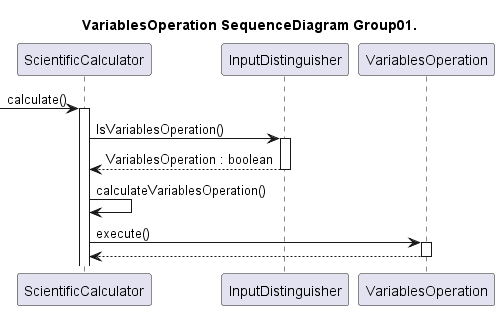
CiroCutolo/Scientific_Calculator_group01_2023 keeps this PlantUML diagram as sequence_diagram/SequenceDiagramGraphicalView/VariablesOperation_SequenceDiagram_Group01.png. Above is the earlier version. Its diagram source:
```plantuml
@startuml SequenceDiagram

title VariablesOperation SequenceDiagram Group01.

participant ScientificCalculator as calc
participant InputDistinguisher as input
participant VariablesOperation as Variables

-> calc:calculate()
activate calc

calc -> input : IsVariablesOperation()
activate input
input --> calc : VariablesOperation : boolean
deactivate input

calc -> calc : calculateVariablesOperation()

calc -> Variables : execute()
activate Variables
Variables --> calc
deactivate Variables

@enduml
```
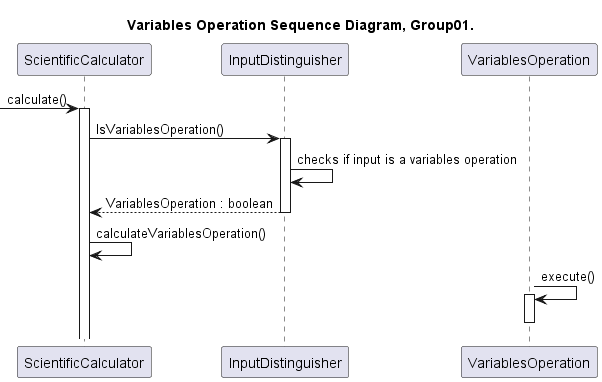
The same diagram one commit later.

Commit message:
Sono state apportate modifiche relative all'implementazione dei sequence diagrams

The edit, as a diff of the source:
```diff
@@ -1,6 +1,6 @@
-@startuml SequenceDiagram
+@startuml VariablesOperation_SequenceDiagram_Group01
 
-title VariablesOperation SequenceDiagram Group01.
+title Variables Operation Sequence Diagram, Group01.
 
 participant ScientificCalculator as calc
 participant InputDistinguisher as input
@@ -11,14 +11,13 @@
 
 calc -> input : IsVariablesOperation()
 activate input
+input -> input : checks if input is a variables operation
 input --> calc : VariablesOperation : boolean
 deactivate input
 
 calc -> calc : calculateVariablesOperation()
-
-calc -> Variables : execute()
+Variables -> Variables : execute()
 activate Variables
-Variables --> calc
-deactivate Variables
+deactivate Variables
 
 @enduml
```
